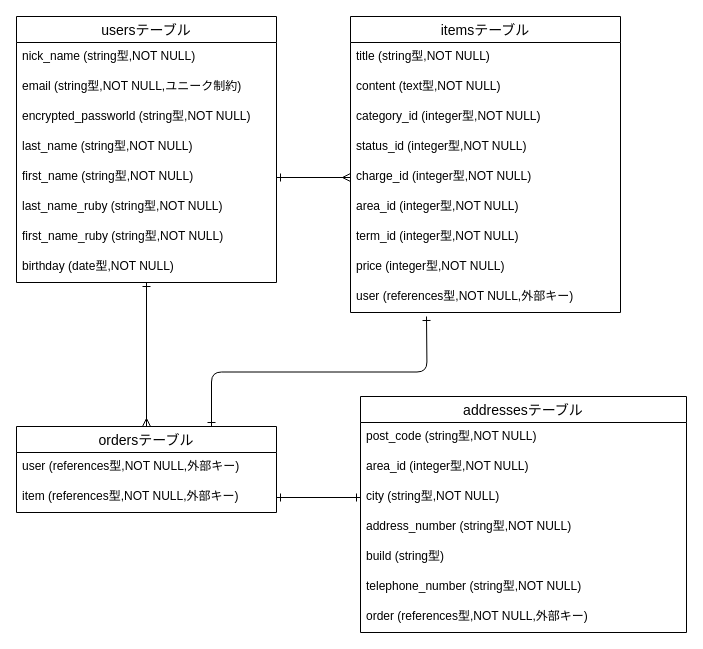
The draw.io diagram er.dio in harukakak/furima-37403, before the edit. Source tidied: cells renumbered, new cells numbered last; positions are measured from the earlier drawing's top-left corner, leaving out a move shared by most shapes. Both pictures are drawn from the tidied source at 100%, with x=0, y=0 at pixel (16, 16).
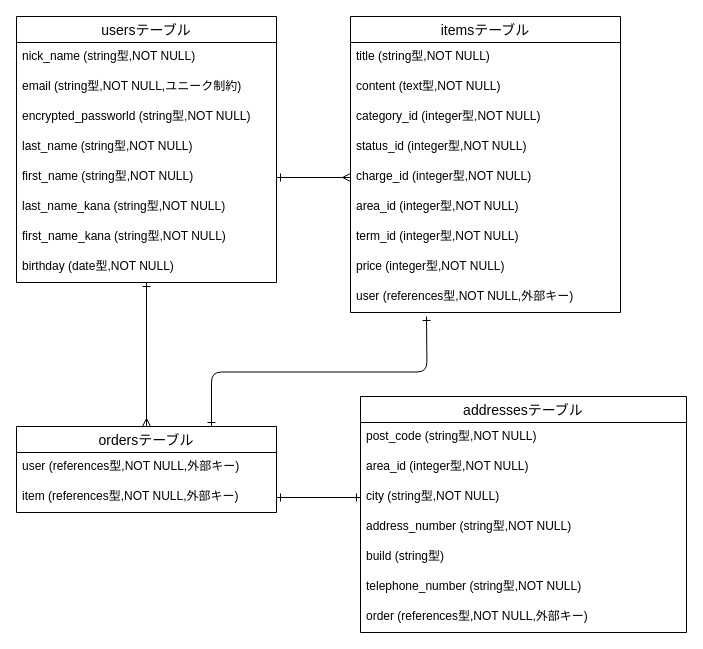
Above is the later version.

The change refers to these unchanged cells:
```xml
<mxCell id="3" value="usersテーブル" style="swimlane;fontStyle=0;horizontal=1;startSize=26;align=center;fontSize=14;" parent="1" vertex="1">
  <mxGeometry width="260" height="266" as="geometry" />
</mxCell>
```

What changed in the source:
```diff
@@
-    <mxCell id="9" value="last_name_ruby (string型,NOT NULL)" style="text;strokeColor=none;fillColor=none;spacingLeft=4;spacingRight=4;overflow=hidden;fontSize=12;" parent="3" vertex="1">
+    <mxCell id="9" value="last_name_kana (string型,NOT NULL)" style="text;strokeColor=none;fillColor=none;spacingLeft=4;spacingRight=4;overflow=hidden;fontSize=12;" parent="3" vertex="1">
       <mxGeometry y="176" width="260" height="30" as="geometry" />
     </mxCell>
-    <mxCell id="10" value="first_name_ruby (string型,NOT NULL)" style="text;strokeColor=none;fillColor=none;spacingLeft=4;spacingRight=4;overflow=hidden;fontSize=12;" parent="3" vertex="1">
+    <mxCell id="10" value="first_name_kana (string型,NOT NULL)" style="text;strokeColor=none;fillColor=none;spacingLeft=4;spacingRight=4;overflow=hidden;fontSize=12;" parent="3" vertex="1">
       <mxGeometry y="206" width="260" height="30" as="geometry" />
     </mxCell>
```
